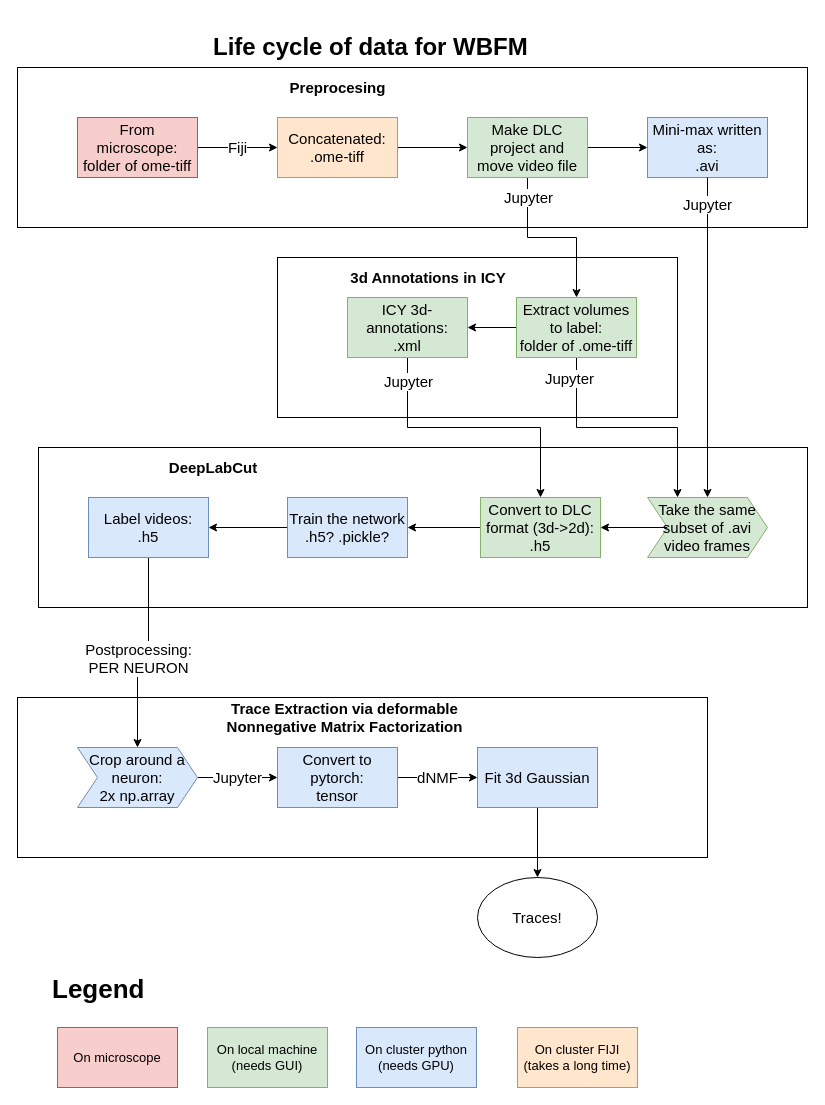
ch9nuk9/wbfm keeps this draw.io diagram as page "WBFM_data" (2 of 4) of docs/Lifecycle_of_data_WBFM.drawio. Above is the earlier version. Source tidied: cells renumbered, new cells numbered last; positions are measured from the earlier drawing's top-left corner, leaving out a move shared by most shapes. Both pictures are drawn from the tidied source at 100%, with x=0, y=0 at pixel (17, 27).
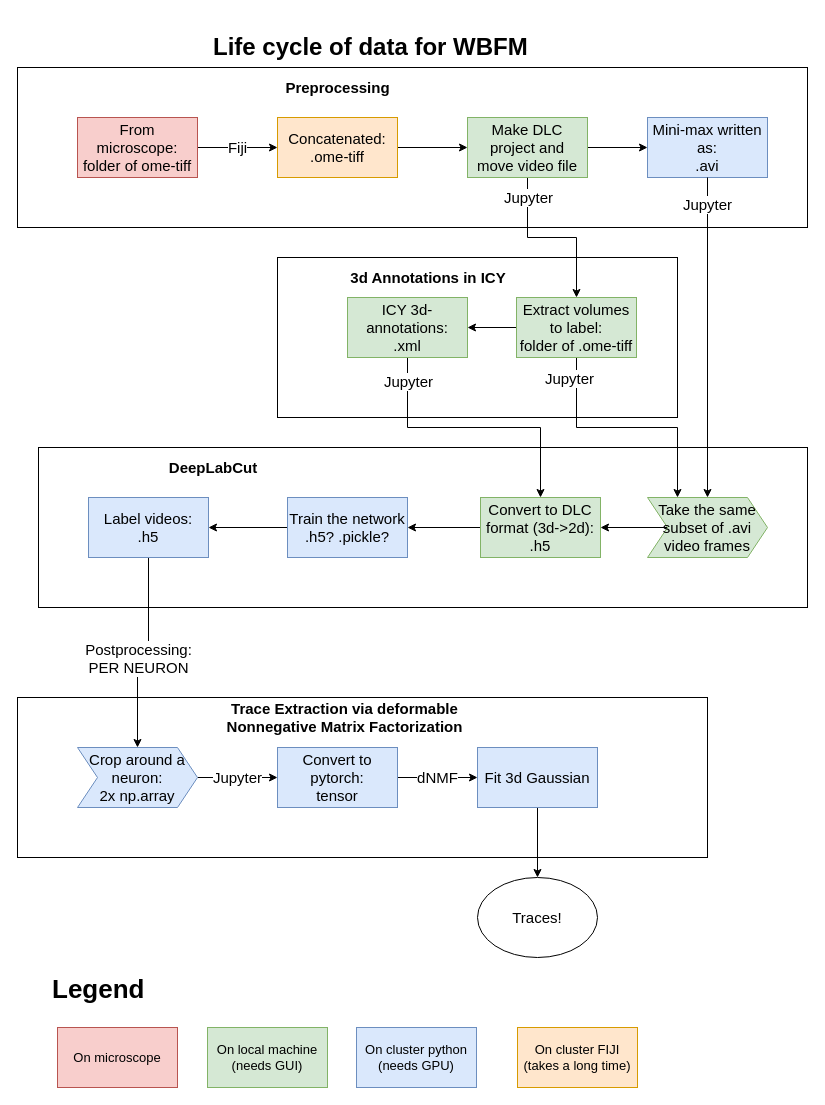
After the change.

The edit, as a diff of the source:
```diff
@@
-    <mxCell id="14" value="&lt;b style=&quot;font-size: 15px;&quot;&gt;Preprocesing&lt;/b&gt;" style="text;html=1;strokeColor=none;fillColor=none;align=center;verticalAlign=middle;whiteSpace=wrap;rounded=0;fontSize=15;" parent="1" vertex="1">
+    <mxCell id="14" value="&lt;b style=&quot;font-size: 15px&quot;&gt;Preprocessing&lt;/b&gt;" style="text;html=1;strokeColor=none;fillColor=none;align=center;verticalAlign=middle;whiteSpace=wrap;rounded=0;fontSize=15;" parent="1" vertex="1">
       <mxGeometry x="281.5" y="50" width="77" height="20" as="geometry" />
     </mxCell>
```
